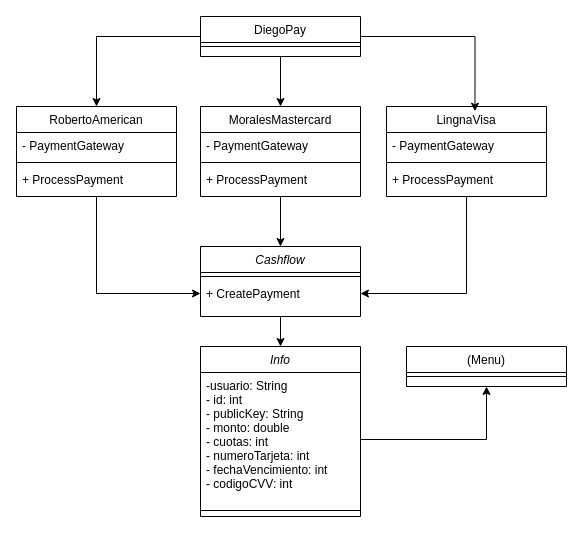
bar23354/PreLab4---Herencia keeps this draw.io diagram as Diagrama UML.drawio. Above is the earlier version. Source tidied: cells renumbered, new cells numbered last; positions are measured from the earlier drawing's top-left corner, leaving out a move shared by most shapes. Both pictures are drawn from the tidied source at 100%, with x=0, y=0 at pixel (16, 16).
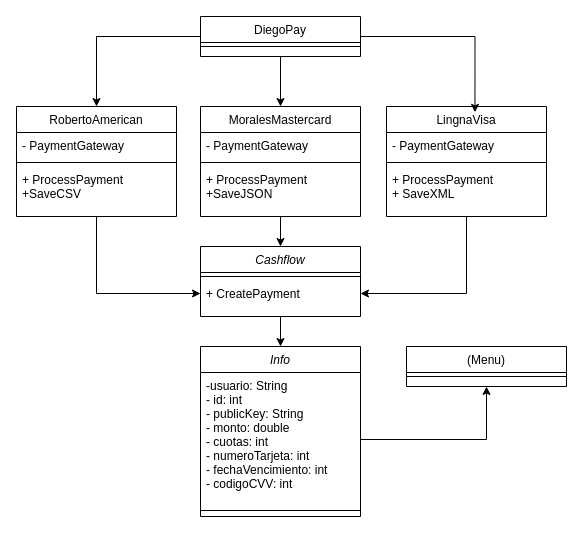
Above is the later version.

Change to the diagram source:
```diff
@@
     <mxCell id="7" value="LingnaVisa" style="swimlane;fontStyle=0;align=center;verticalAlign=top;horizontal=1;startSize=26;rounded=0;shadow=0;strokeWidth=1;" parent="1" vertex="1">
-      <mxGeometry x="370" y="90" width="160" height="90" as="geometry" />
+      <mxGeometry x="370" y="90" width="160" height="110" as="geometry" />
     </mxCell>
@@
-    <mxCell id="10" value="+ ProcessPayment" style="text;align=left;verticalAlign=top;spacingLeft=4;spacingRight=4;overflow=hidden;" parent="7" vertex="1">
-      <mxGeometry y="60" width="160" height="26" as="geometry" />
+    <mxCell id="10" value="+ ProcessPayment&#10;+ SaveXML" style="text;align=left;verticalAlign=top;spacingLeft=4;spacingRight=4;overflow=hidden;" parent="7" vertex="1">
+      <mxGeometry y="60" width="160" height="50" as="geometry" />
     </mxCell>
@@
     <mxCell id="12" value="RobertoAmerican" style="swimlane;fontStyle=0;align=center;verticalAlign=top;horizontal=1;startSize=26;rounded=0;shadow=0;strokeWidth=1;" parent="1" vertex="1">
-      <mxGeometry y="90" width="160" height="90" as="geometry" />
+      <mxGeometry y="90" width="160" height="110" as="geometry" />
     </mxCell>
@@
-    <mxCell id="15" value="+ ProcessPayment" style="text;align=left;verticalAlign=top;spacingLeft=4;spacingRight=4;overflow=hidden;" parent="12" vertex="1">
-      <mxGeometry y="60" width="160" height="26" as="geometry" />
+    <mxCell id="15" value="+ ProcessPayment&#10;+SaveCSV" style="text;align=left;verticalAlign=top;spacingLeft=4;spacingRight=4;overflow=hidden;" parent="12" vertex="1">
+      <mxGeometry y="60" width="160" height="50" as="geometry" />
     </mxCell>
@@
     <mxCell id="17" value="MoralesMastercard" style="swimlane;fontStyle=0;align=center;verticalAlign=top;horizontal=1;startSize=26;rounded=0;shadow=0;strokeWidth=1;" parent="1" vertex="1">
-      <mxGeometry x="184" y="90" width="160" height="90" as="geometry" />
+      <mxGeometry x="184" y="90" width="160" height="110" as="geometry" />
     </mxCell>
@@
-    <mxCell id="20" value="+ ProcessPayment" style="text;align=left;verticalAlign=top;spacingLeft=4;spacingRight=4;overflow=hidden;rounded=0;shadow=0;html=0;" parent="17" vertex="1">
-      <mxGeometry y="60" width="160" height="26" as="geometry" />
+    <mxCell id="20" value="+ ProcessPayment&#10;+SaveJSON" style="text;align=left;verticalAlign=top;spacingLeft=4;spacingRight=4;overflow=hidden;rounded=0;shadow=0;html=0;" parent="17" vertex="1">
+      <mxGeometry y="60" width="160" height="50" as="geometry" />
     </mxCell>
```
